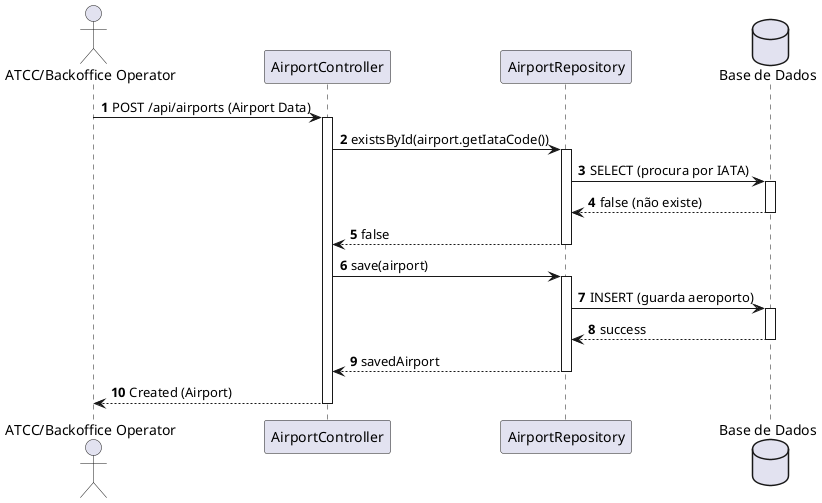
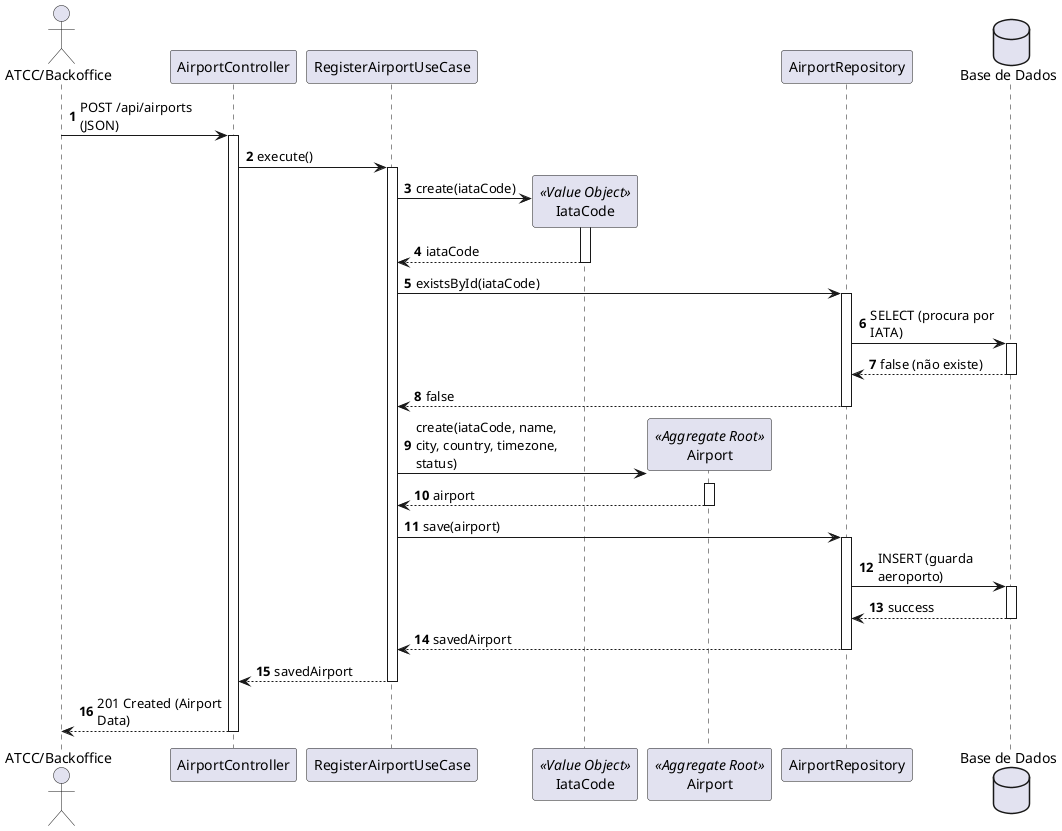
@startuml
autonumber
- skinparam packageStyle rectangle
+ skinparam maxMessageSize 150

- actor "ATCC/Backoffice Operator" as User
+ actor "ATCC/Backoffice" as Admin
participant "AirportController" as Ctrl
+ participant "RegisterAirportUseCase" as UC
+ participant "IataCode" as IATA <<Value Object>>
+ participant "Airport" as Entity <<Aggregate Root>>
participant "AirportRepository" as Repo
database "Base de Dados" as DB

- User -> Ctrl : POST /api/airports (Airport Data)
+ Admin -> Ctrl : POST /api/airports (JSON)
activate Ctrl

- Ctrl -> Repo : existsById(airport.getIataCode())
+ Ctrl -> UC : execute()
+ activate UC
+ 
+ UC -> IATA ** : create(iataCode)
+ activate IATA
+ IATA --> UC : iataCode
+ deactivate IATA
+ 
+ UC -> Repo : existsById(iataCode)
activate Repo
Repo -> DB : SELECT (procura por IATA)
activate DB
DB --> Repo : false (não existe)
deactivate DB
- Repo --> Ctrl : false
+ Repo --> UC : false
deactivate Repo

- Ctrl -> Repo : save(airport)
+ UC -> Entity ** : create(iataCode, name, city, country, timezone, status)
+ activate Entity
+ Entity --> UC : airport
+ deactivate Entity
+ 
+ UC -> Repo : save(airport)
activate Repo
Repo -> DB : INSERT (guarda aeroporto)
activate DB
DB --> Repo : success
deactivate DB
- Repo --> Ctrl : savedAirport
+ Repo --> UC : savedAirport
deactivate Repo

- Ctrl --> User : Created (Airport)
+ UC --> Ctrl : savedAirport
+ deactivate UC
+ 
+ Ctrl --> Admin : 201 Created (Airport Data)
deactivate Ctrl
+ 
@enduml